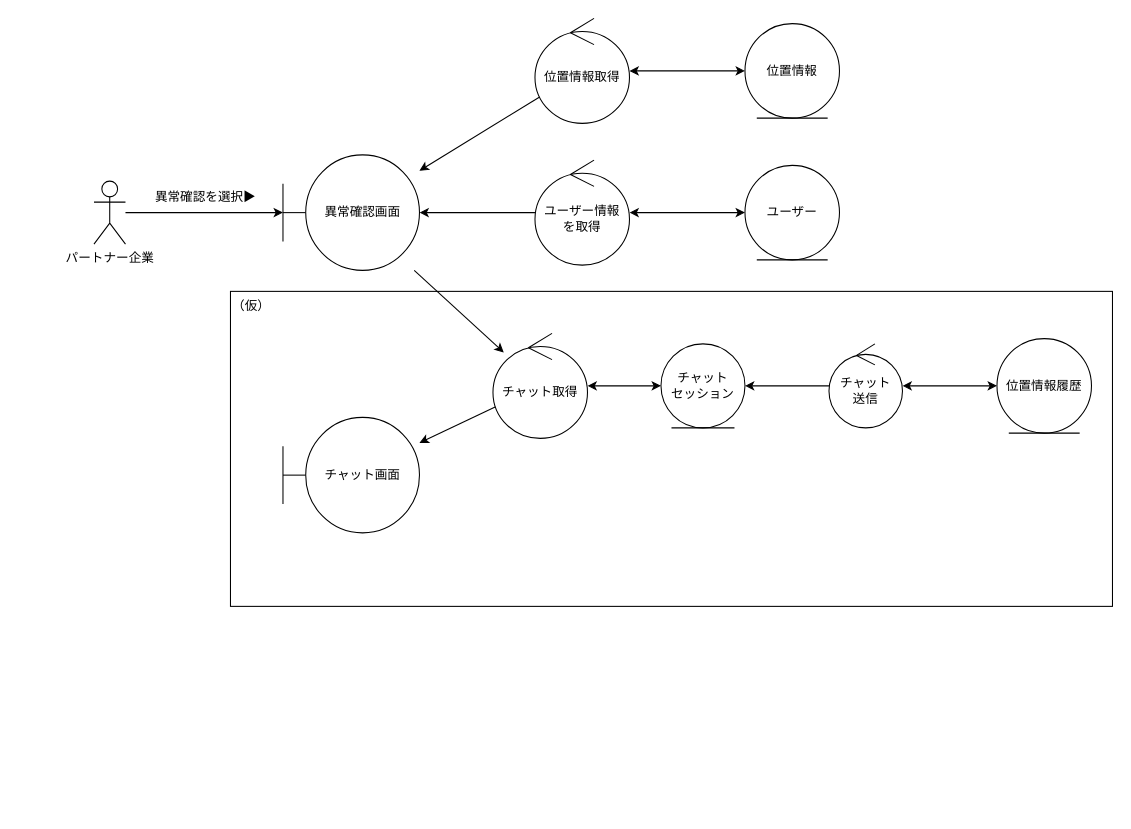
The draw.io diagram page "ユーザー異常確認" (1 of 11) of out/ロバストネス図/パートナー企業-ロバストネス図.drawio in ksw2270227/GroupF, before the edit. Source tidied: cells renumbered, new cells numbered last; positions are measured from the earlier drawing's top-left corner, leaving out a move shared by most shapes. Both pictures are drawn from the tidied source at 105%, with x=0, y=0 at pixel (93, 18).
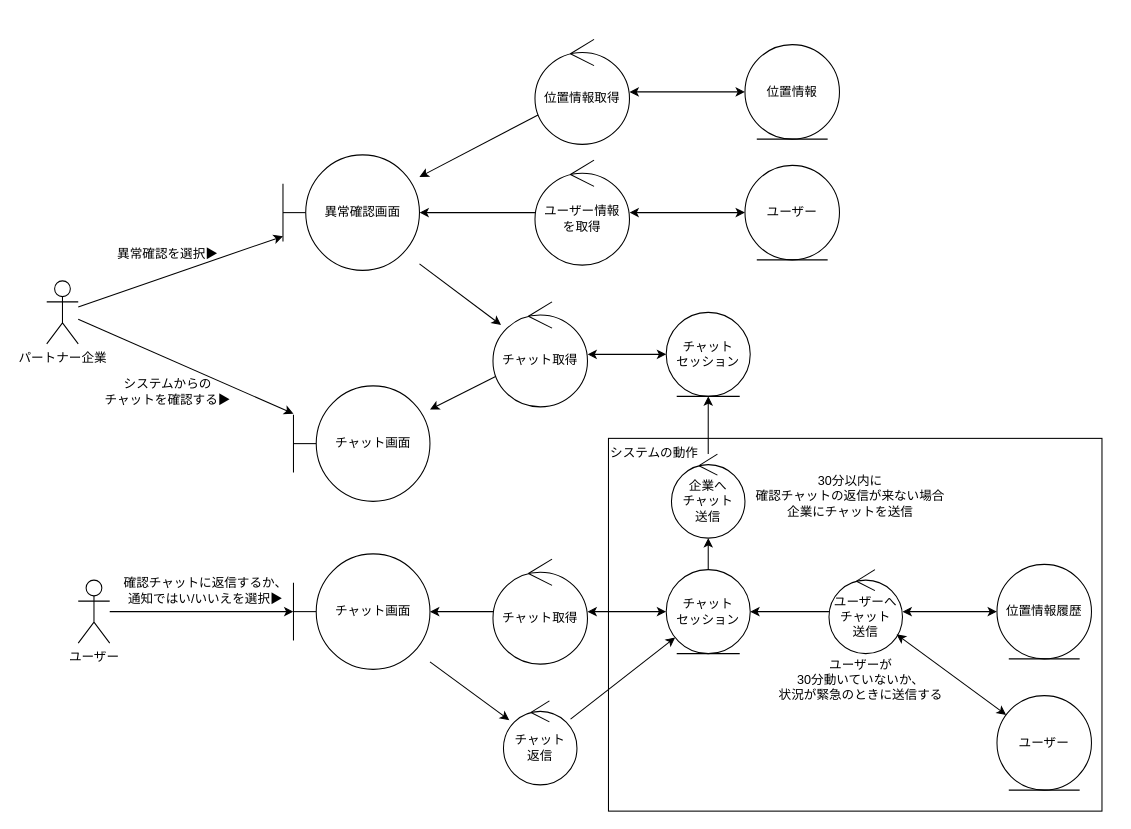
After the change.

The change refers to these unchanged cells:
```xml
<mxCell id="6" value="異常確認画面" style="shape=umlBoundary;whiteSpace=wrap;html=1;" parent="1" vertex="1">
  <mxGeometry x="180" y="130" width="130" height="110" as="geometry" />
</mxCell>
```

What changed in the source:
```diff
@@
-    <mxCell id="2" value="（仮）" style="rounded=0;whiteSpace=wrap;html=1;fontSize=12;align=left;verticalAlign=top;" parent="1" vertex="1">
-      <mxGeometry x="130" y="260" width="840" height="300" as="geometry" />
-    </mxCell>
+    <mxCell id="25" value="システムの動作" style="rounded=0;whiteSpace=wrap;html=1;fontSize=12;fillColor=none;verticalAlign=top;align=left;" parent="1" vertex="1">
+      <mxGeometry x="490" y="400" width="470" height="355" as="geometry" />
+    </mxCell>
@@
+    <mxCell id="26" style="edgeStyle=none;html=1;fontSize=12;startArrow=none;startFill=0;" parent="1" edge="1" source="4" target="40">
+      <mxGeometry relative="1" as="geometry" />
+    </mxCell>
     <mxCell id="4" value="パートナー企業" style="shape=umlActor;verticalLabelPosition=bottom;verticalAlign=top;html=1;" parent="1" vertex="1">
-      <mxGeometry y="155" width="30" height="60" as="geometry" />
+      <mxGeometry x="-45" y="250" width="30" height="60" as="geometry" />
     </mxCell>
-    <mxCell id="5" style="edgeStyle=none;html=1;fontSize=12;" parent="1" edge="1" source="6" target="17">
-      <mxGeometry relative="1" as="geometry" />
-    </mxCell>
+    <mxCell id="27" style="edgeStyle=none;html=1;fontSize=12;startArrow=none;startFill=0;" parent="1" edge="1" source="6" target="44">
+      <mxGeometry relative="1" as="geometry" />
+    </mxCell>
@@
     <mxCell id="10" value="異常確認を選択▶" style="text;html=1;align=center;verticalAlign=middle;strokeColor=none;fillColor=none;" parent="1" vertex="1">
-      <mxGeometry x="46" y="155" width="120" height="30" as="geometry" />
+      <mxGeometry x="10" y="210" width="120" height="30" as="geometry" />
     </mxCell>
@@
     <mxCell id="12" value="位置情報" style="ellipse;shape=umlEntity;whiteSpace=wrap;html=1;" parent="1" vertex="1">
-      <mxGeometry x="620" y="5" width="90" height="90" as="geometry" />
+      <mxGeometry x="620" y="25" width="90" height="90" as="geometry" />
     </mxCell>
@@
     <mxCell id="14" value="位置情報取得" style="ellipse;shape=umlControl;whiteSpace=wrap;html=1;" parent="1" vertex="1">
-      <mxGeometry x="420" width="90" height="100" as="geometry" />
+      <mxGeometry x="420" y="20" width="90" height="100" as="geometry" />
     </mxCell>
@@
     <mxCell id="17" value="&lt;span style=&quot;font-size: 12px;&quot;&gt;チャット取得&lt;/span&gt;" style="ellipse;shape=umlControl;whiteSpace=wrap;html=1;fontSize=9;" parent="1" vertex="1">
-      <mxGeometry x="380" y="300" width="90" height="100" as="geometry" />
+      <mxGeometry x="380" y="515" width="90" height="100" as="geometry" />
     </mxCell>
+    <mxCell id="28" style="edgeStyle=none;html=1;fontSize=12;startArrow=none;startFill=0;" parent="1" edge="1" source="18" target="37">
+      <mxGeometry relative="1" as="geometry" />
+    </mxCell>
     <mxCell id="18" value="チャット画面" style="shape=umlBoundary;whiteSpace=wrap;html=1;" parent="1" vertex="1">
-      <mxGeometry x="180" y="380" width="130" height="110" as="geometry" />
+      <mxGeometry x="190" y="510" width="130" height="110" as="geometry" />
     </mxCell>
@@
+    <mxCell id="29" style="edgeStyle=none;html=1;fontSize=12;startArrow=none;startFill=0;" parent="1" edge="1" source="20" target="39">
+      <mxGeometry relative="1" as="geometry" />
+    </mxCell>
     <mxCell id="20" value="チャット&lt;br&gt;セッション" style="ellipse;shape=umlEntity;whiteSpace=wrap;html=1;" parent="1" vertex="1">
-      <mxGeometry x="540" y="310" width="80" height="80" as="geometry" />
+      <mxGeometry x="545" y="525" width="80" height="80" as="geometry" />
     </mxCell>
@@
-    <mxCell id="23" value="チャット&lt;br&gt;送信" style="ellipse;shape=umlControl;whiteSpace=wrap;html=1;fontSize=12;" parent="1" vertex="1">
-      <mxGeometry x="700" y="310" width="70" height="80" as="geometry" />
+    <mxCell id="23" value="ユーザーへ&lt;br&gt;チャット&lt;br&gt;送信" style="ellipse;shape=umlControl;whiteSpace=wrap;html=1;fontSize=12;" parent="1" vertex="1">
+      <mxGeometry x="700" y="525" width="70" height="80" as="geometry" />
     </mxCell>
     <mxCell id="24" value="位置情報履歴" style="ellipse;shape=umlEntity;whiteSpace=wrap;html=1;" parent="1" vertex="1">
-      <mxGeometry x="860" y="305" width="90" height="90" as="geometry" />
+      <mxGeometry x="860" y="520" width="90" height="90" as="geometry" />
     </mxCell>
+    <mxCell id="30" value="ユーザーが&lt;br&gt;30分動いていないか、&lt;br&gt;状況が緊急のときに送信する" style="text;html=1;align=center;verticalAlign=middle;strokeColor=none;fillColor=none;fontSize=12;" parent="1" vertex="1">
+      <mxGeometry x="640" y="600" width="180" height="60" as="geometry" />
+    </mxCell>
+    <mxCell id="31" style="edgeStyle=none;html=1;startArrow=classic;startFill=1;" parent="1" edge="1" source="23" target="32">
+      <mxGeometry relative="1" as="geometry" />
+    </mxCell>
+    <mxCell id="32" value="ユーザー" style="ellipse;shape=umlEntity;whiteSpace=wrap;html=1;" parent="1" vertex="1">
+      <mxGeometry x="860" y="645" width="90" height="90" as="geometry" />
+    </mxCell>
+    <mxCell id="33" style="edgeStyle=none;html=1;fontSize=12;startArrow=none;startFill=0;" parent="1" edge="1" source="34" target="18">
+      <mxGeometry relative="1" as="geometry" />
+    </mxCell>
+    <mxCell id="34" value="ユーザー" style="shape=umlActor;verticalLabelPosition=bottom;verticalAlign=top;html=1;" parent="1" vertex="1">
+      <mxGeometry x="-15" y="535" width="30" height="60" as="geometry" />
+    </mxCell>
+    <mxCell id="35" value="確認チャットに返信するか、&lt;br&gt;通知ではい/いいえを選択▶" style="text;html=1;align=center;verticalAlign=middle;strokeColor=none;fillColor=none;fontSize=12;" parent="1" vertex="1">
+      <mxGeometry x="16" y="525" width="180" height="40" as="geometry" />
+    </mxCell>
+    <mxCell id="36" style="edgeStyle=none;html=1;fontSize=12;startArrow=none;startFill=0;" parent="1" edge="1" source="37" target="20">
+      <mxGeometry relative="1" as="geometry" />
+    </mxCell>
+    <mxCell id="37" value="チャット&lt;br&gt;返信" style="ellipse;shape=umlControl;whiteSpace=wrap;html=1;fontSize=12;fillColor=default;" parent="1" vertex="1">
+      <mxGeometry x="390" y="650" width="70" height="80" as="geometry" />
+    </mxCell>
+    <mxCell id="38" style="edgeStyle=none;html=1;fontSize=12;startArrow=none;startFill=0;" parent="1" edge="1" source="39" target="41">
+      <mxGeometry relative="1" as="geometry" />
+    </mxCell>
+    <mxCell id="39" value="企業へ&lt;br&gt;チャット&lt;br&gt;送信" style="ellipse;shape=umlControl;whiteSpace=wrap;html=1;fontSize=12;" parent="1" vertex="1">
+      <mxGeometry x="550" y="415" width="70" height="80" as="geometry" />
+    </mxCell>
+    <mxCell id="40" value="チャット画面" style="shape=umlBoundary;whiteSpace=wrap;html=1;" parent="1" vertex="1">
+      <mxGeometry x="190" y="350" width="130" height="110" as="geometry" />
+    </mxCell>
+    <mxCell id="41" value="チャット&lt;br&gt;セッション" style="ellipse;shape=umlEntity;whiteSpace=wrap;html=1;" parent="1" vertex="1">
+      <mxGeometry x="545" y="280" width="80" height="80" as="geometry" />
+    </mxCell>
+    <mxCell id="42" style="edgeStyle=none;html=1;fontSize=12;startArrow=none;startFill=0;" parent="1" edge="1" source="44" target="40">
+      <mxGeometry relative="1" as="geometry" />
+    </mxCell>
+    <mxCell id="43" style="edgeStyle=none;html=1;fontSize=12;startArrow=classic;startFill=1;" parent="1" edge="1" source="44" target="41">
+      <mxGeometry relative="1" as="geometry" />
+    </mxCell>
+    <mxCell id="44" value="&lt;span style=&quot;font-size: 12px;&quot;&gt;チャット取得&lt;/span&gt;" style="ellipse;shape=umlControl;whiteSpace=wrap;html=1;fontSize=9;" parent="1" vertex="1">
+      <mxGeometry x="380" y="270" width="90" height="100" as="geometry" />
+    </mxCell>
+    <mxCell id="45" value="30分以内に&lt;br&gt;確認チャットの返信が来ない場合&lt;br&gt;企業にチャットを送信" style="text;html=1;align=center;verticalAlign=middle;strokeColor=none;fillColor=none;fontSize=12;" parent="1" vertex="1">
+      <mxGeometry x="620" y="425" width="200" height="60" as="geometry" />
+    </mxCell>
+    <mxCell id="46" value="システムからの&lt;br&gt;チャットを確認する▶" style="text;html=1;align=center;verticalAlign=middle;strokeColor=none;fillColor=none;fontSize=12;" parent="1" vertex="1">
+      <mxGeometry y="336" width="140" height="40" as="geometry" />
+    </mxCell>
```
